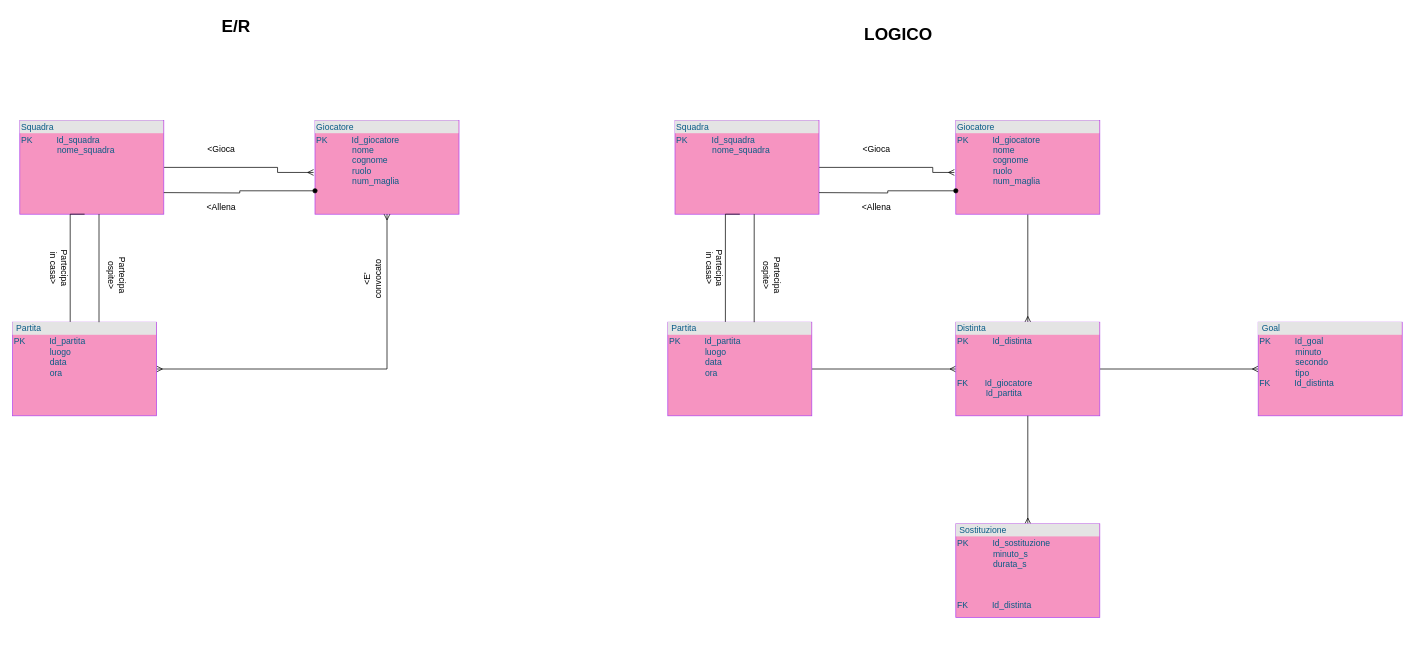
Above: Calcetto.drawio in giadaventurini-pixel/vivailmelita (draw.io), before the change. Source tidied: cells renumbered, new cells numbered last; positions are measured from the earlier drawing's top-left corner, leaving out a move shared by most shapes. Both pictures are drawn from the tidied source at 72%, with x=0, y=0 at pixel (12, 12).
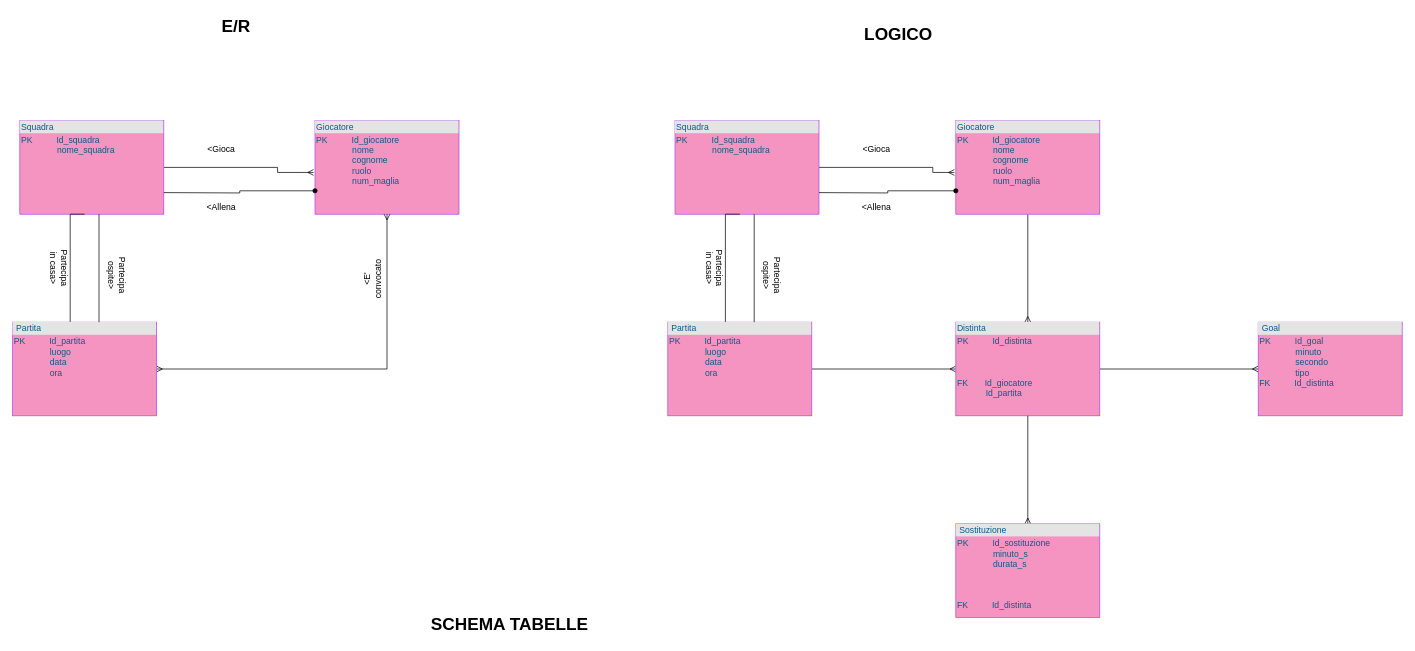
The same diagram, later.

What changed in the source:
```diff
@@
+    <mxCell id="35" value="SCHEMA TABELLE" style="text;strokeColor=none;fillColor=none;html=1;fontSize=24;fontStyle=1;verticalAlign=middle;align=center;rounded=0;sketch=0;" parent="1" vertex="1">
+      <mxGeometry x="640" y="830" width="100" height="40" as="geometry" />
+    </mxCell>
```
